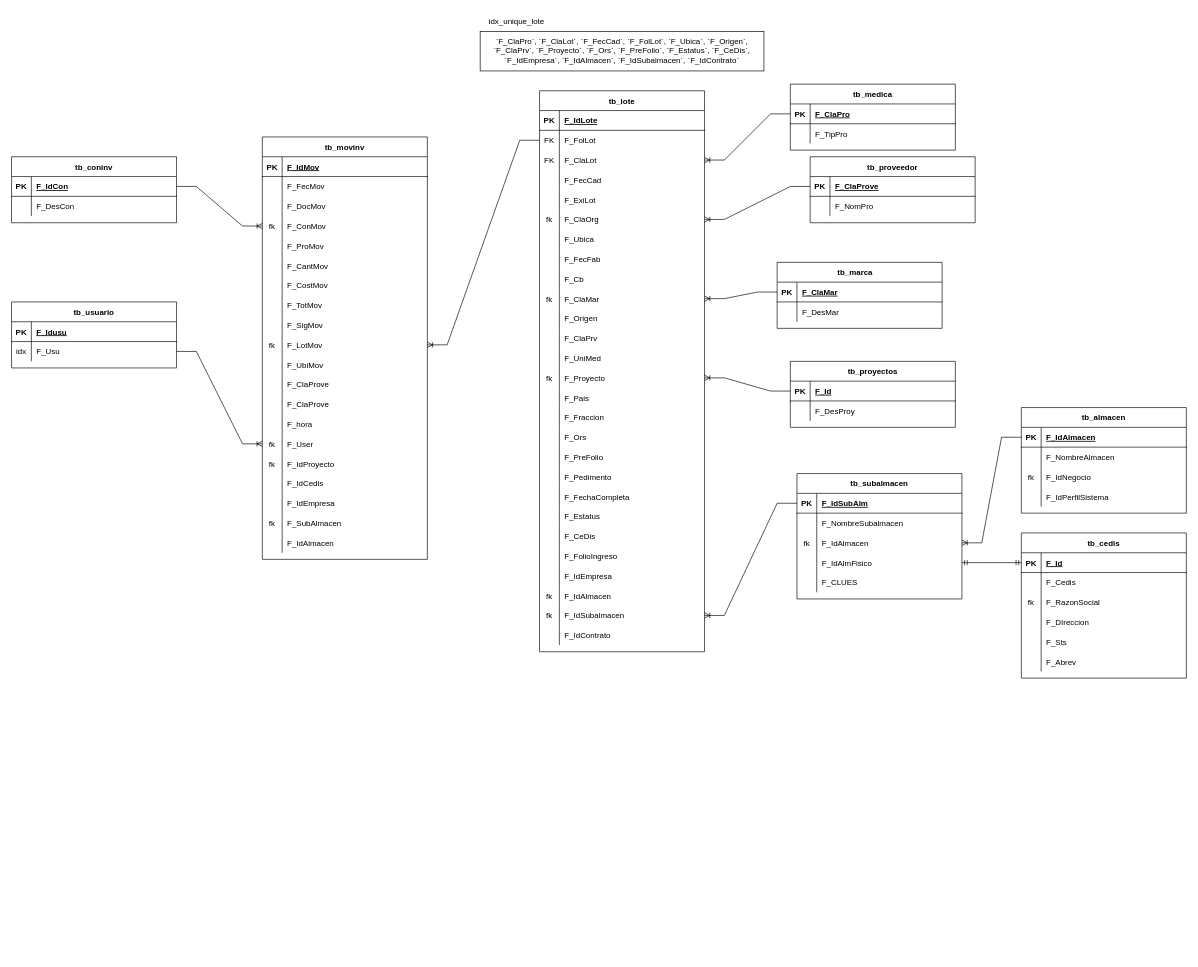
Above: TraspasosSubalmacenes.drawio in ErnestoDanielTafoyaMolinaCYM/clases-cat-cym (draw.io), before the change. Source tidied: cells renumbered, new cells numbered last; positions are measured from the earlier drawing's top-left corner, leaving out a move shared by most shapes. Both pictures are drawn from the tidied source at 66%, with x=0, y=0 at pixel (11, 11).
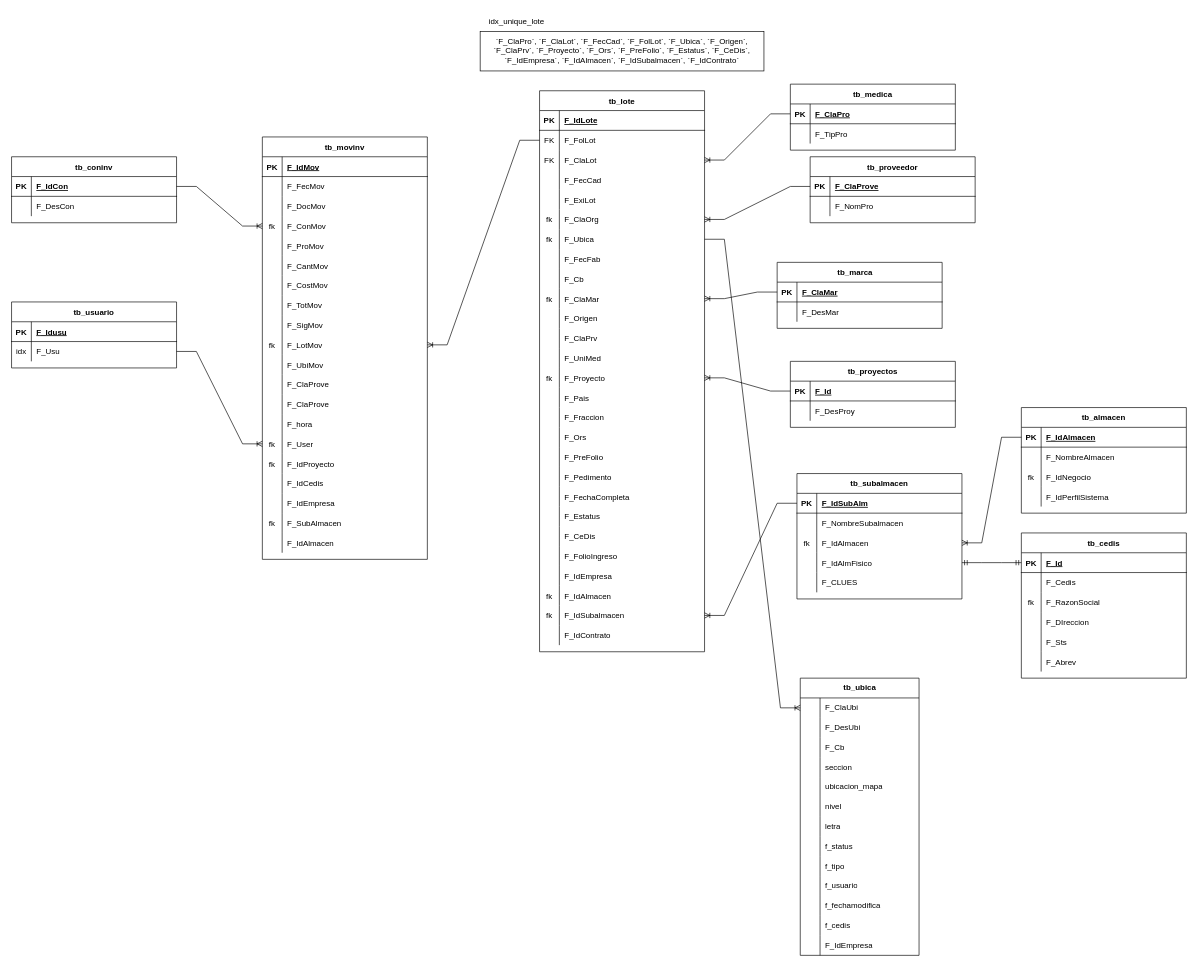
The same diagram, later.

Unchanged cells that the change refers to:
```xml
<mxCell id="21" style="shape=partialRectangle;fillColor=none;points=[[0,0.5],[1,0.5]];portConstraint=eastwest;top=0;left=0;right=0;bottom=0;" parent="2" vertex="1">
  <mxGeometry y="210" width="250" height="30" as="geometry" />
</mxCell>
```

The edit, as a diff of the source:
```diff
@@
-    <mxCell id="22" style="shape=partialRectangle;overflow=hidden;fillColor=none;top=0;left=0;bottom=0;right=0;" parent="21" vertex="1">
+    <mxCell id="22" value="fk" style="shape=partialRectangle;overflow=hidden;fillColor=none;top=0;left=0;bottom=0;right=0;" parent="21" vertex="1">
       <mxGeometry width="30" height="30" as="geometry" />
     </mxCell>
@@
+    <mxCell id="248" value="tb_ubica" style="shape=table;startSize=30;childLayout=tableLayout;rowLines=0;fontStyle=1;align=center;html=1;" parent="1" vertex="1">
+      <mxGeometry x="1195" y="1010" width="180" height="420" as="geometry" />
+    </mxCell>
+    <mxCell id="249" style="shape=tableRow;horizontal=0;startSize=0;swimlaneHead=0;swimlaneBody=0;fillColor=none;points=[[0,0.5],[1,0.5]];portConstraint=eastwest;top=0;left=0;right=0;bottom=0;" parent="248" vertex="1">
+      <mxGeometry y="30" width="180" height="30" as="geometry" />
+    </mxCell>
+    <mxCell id="250" style="shape=partialRectangle;fillColor=none;top=0;left=0;bottom=0;right=0;overflow=hidden;whiteSpace=wrap;html=1;" parent="249" vertex="1">
+      <mxGeometry width="30" height="30" as="geometry" />
+    </mxCell>
+    <mxCell id="251" value="F_ClaUbi" style="shape=partialRectangle;fillColor=none;top=0;left=0;bottom=0;right=0;align=left;spacingLeft=6;overflow=hidden;whiteSpace=wrap;html=1;" parent="249" vertex="1">
+      <mxGeometry x="30" width="150" height="30" as="geometry" />
+    </mxCell>
+    <mxCell id="252" style="shape=tableRow;horizontal=0;startSize=0;swimlaneHead=0;swimlaneBody=0;fillColor=none;top=0;left=0;right=0;bottom=0;" parent="248" vertex="1">
+      <mxGeometry y="60" width="180" height="30" as="geometry" />
+    </mxCell>
+    <mxCell id="253" style="shape=partialRectangle;fillColor=none;top=0;left=0;bottom=0;right=0;overflow=hidden;whiteSpace=wrap;html=1;" parent="252" vertex="1">
+      <mxGeometry width="30" height="30" as="geometry" />
+    </mxCell>
+    <mxCell id="254" value="F_DesUbi" style="shape=partialRectangle;fillColor=none;top=0;left=0;bottom=0;right=0;align=left;spacingLeft=6;overflow=hidden;whiteSpace=wrap;html=1;" parent="252" vertex="1">
+      <mxGeometry x="30" width="150" height="30" as="geometry" />
+    </mxCell>
+    <mxCell id="255" style="shape=tableRow;horizontal=0;startSize=0;swimlaneHead=0;swimlaneBody=0;fillColor=none;top=0;left=0;right=0;bottom=0;" parent="248" vertex="1">
+      <mxGeometry y="90" width="180" height="30" as="geometry" />
+    </mxCell>
+    <mxCell id="256" style="shape=partialRectangle;fillColor=none;top=0;left=0;bottom=0;right=0;overflow=hidden;whiteSpace=wrap;html=1;" parent="255" vertex="1">
+      <mxGeometry width="30" height="30" as="geometry" />
+    </mxCell>
+    <mxCell id="257" value="F_Cb" style="shape=partialRectangle;fillColor=none;top=0;left=0;bottom=0;right=0;align=left;spacingLeft=6;overflow=hidden;whiteSpace=wrap;html=1;" parent="255" vertex="1">
+      <mxGeometry x="30" width="150" height="30" as="geometry" />
+    </mxCell>
+    <mxCell id="258" style="shape=tableRow;horizontal=0;startSize=0;swimlaneHead=0;swimlaneBody=0;fillColor=none;top=0;left=0;right=0;bottom=0;" parent="248" vertex="1">
+      <mxGeometry y="120" width="180" height="30" as="geometry" />
+    </mxCell>
+    <mxCell id="259" style="shape=partialRectangle;fillColor=none;top=0;left=0;bottom=0;right=0;overflow=hidden;whiteSpace=wrap;html=1;" parent="258" vertex="1">
+      <mxGeometry width="30" height="30" as="geometry" />
+    </mxCell>
+    <mxCell id="260" value="seccion" style="shape=partialRectangle;fillColor=none;top=0;left=0;bottom=0;right=0;align=left;spacingLeft=6;overflow=hidden;whiteSpace=wrap;html=1;" parent="258" vertex="1">
+      <mxGeometry x="30" width="150" height="30" as="geometry" />
+    </mxCell>
+    <mxCell id="261" style="shape=tableRow;horizontal=0;startSize=0;swimlaneHead=0;swimlaneBody=0;fillColor=none;top=0;left=0;right=0;bottom=0;" parent="248" vertex="1">
+      <mxGeometry y="150" width="180" height="30" as="geometry" />
+    </mxCell>
+    <mxCell id="262" style="shape=partialRectangle;fillColor=none;top=0;left=0;bottom=0;right=0;overflow=hidden;whiteSpace=wrap;html=1;" parent="261" vertex="1">
+      <mxGeometry width="30" height="30" as="geometry" />
+    </mxCell>
+    <mxCell id="263" value="ubicacion_mapa" style="shape=partialRectangle;fillColor=none;top=0;left=0;bottom=0;right=0;align=left;spacingLeft=6;overflow=hidden;whiteSpace=wrap;html=1;" parent="261" vertex="1">
+      <mxGeometry x="30" width="150" height="30" as="geometry" />
+    </mxCell>
+    <mxCell id="264" style="shape=tableRow;horizontal=0;startSize=0;swimlaneHead=0;swimlaneBody=0;fillColor=none;top=0;left=0;right=0;bottom=0;" parent="248" vertex="1">
+      <mxGeometry y="180" width="180" height="30" as="geometry" />
+    </mxCell>
+    <mxCell id="265" style="shape=partialRectangle;fillColor=none;top=0;left=0;bottom=0;right=0;overflow=hidden;whiteSpace=wrap;html=1;" parent="264" vertex="1">
+      <mxGeometry width="30" height="30" as="geometry" />
+    </mxCell>
+    <mxCell id="266" value="nivel" style="shape=partialRectangle;fillColor=none;top=0;left=0;bottom=0;right=0;align=left;spacingLeft=6;overflow=hidden;whiteSpace=wrap;html=1;" parent="264" vertex="1">
+      <mxGeometry x="30" width="150" height="30" as="geometry" />
+    </mxCell>
+    <mxCell id="267" style="shape=tableRow;horizontal=0;startSize=0;swimlaneHead=0;swimlaneBody=0;fillColor=none;top=0;left=0;right=0;bottom=0;" parent="248" vertex="1">
+      <mxGeometry y="210" width="180" height="30" as="geometry" />
+    </mxCell>
+    <mxCell id="268" style="shape=partialRectangle;fillColor=none;top=0;left=0;bottom=0;right=0;overflow=hidden;whiteSpace=wrap;html=1;" parent="267" vertex="1">
+      <mxGeometry width="30" height="30" as="geometry" />
+    </mxCell>
+    <mxCell id="269" value="letra" style="shape=partialRectangle;fillColor=none;top=0;left=0;bottom=0;right=0;align=left;spacingLeft=6;overflow=hidden;whiteSpace=wrap;html=1;" parent="267" vertex="1">
+      <mxGeometry x="30" width="150" height="30" as="geometry" />
+    </mxCell>
+    <mxCell id="270" style="shape=tableRow;horizontal=0;startSize=0;swimlaneHead=0;swimlaneBody=0;fillColor=none;top=0;left=0;right=0;bottom=0;" parent="248" vertex="1">
+      <mxGeometry y="240" width="180" height="30" as="geometry" />
+    </mxCell>
+    <mxCell id="271" style="shape=partialRectangle;fillColor=none;top=0;left=0;bottom=0;right=0;overflow=hidden;whiteSpace=wrap;html=1;" parent="270" vertex="1">
+      <mxGeometry width="30" height="30" as="geometry" />
+    </mxCell>
+    <mxCell id="272" value="f_status" style="shape=partialRectangle;fillColor=none;top=0;left=0;bottom=0;right=0;align=left;spacingLeft=6;overflow=hidden;whiteSpace=wrap;html=1;" parent="270" vertex="1">
+      <mxGeometry x="30" width="150" height="30" as="geometry" />
+    </mxCell>
+    <mxCell id="273" style="shape=tableRow;horizontal=0;startSize=0;swimlaneHead=0;swimlaneBody=0;fillColor=none;top=0;left=0;right=0;bottom=0;" parent="248" vertex="1">
+      <mxGeometry y="270" width="180" height="30" as="geometry" />
+    </mxCell>
+    <mxCell id="274" style="shape=partialRectangle;fillColor=none;top=0;left=0;bottom=0;right=0;overflow=hidden;whiteSpace=wrap;html=1;" parent="273" vertex="1">
+      <mxGeometry width="30" height="30" as="geometry" />
+    </mxCell>
+    <mxCell id="275" value="f_tipo" style="shape=partialRectangle;fillColor=none;top=0;left=0;bottom=0;right=0;align=left;spacingLeft=6;overflow=hidden;whiteSpace=wrap;html=1;" parent="273" vertex="1">
+      <mxGeometry x="30" width="150" height="30" as="geometry" />
+    </mxCell>
+    <mxCell id="276" style="shape=tableRow;horizontal=0;startSize=0;swimlaneHead=0;swimlaneBody=0;fillColor=none;top=0;left=0;right=0;bottom=0;" parent="248" vertex="1">
+      <mxGeometry y="300" width="180" height="30" as="geometry" />
+    </mxCell>
+    <mxCell id="277" style="shape=partialRectangle;fillColor=none;top=0;left=0;bottom=0;right=0;overflow=hidden;whiteSpace=wrap;html=1;" parent="276" vertex="1">
+      <mxGeometry width="30" height="30" as="geometry" />
+    </mxCell>
+    <mxCell id="278" value="f_usuario" style="shape=partialRectangle;fillColor=none;top=0;left=0;bottom=0;right=0;align=left;spacingLeft=6;overflow=hidden;whiteSpace=wrap;html=1;" parent="276" vertex="1">
+      <mxGeometry x="30" width="150" height="30" as="geometry" />
+    </mxCell>
+    <mxCell id="279" style="shape=tableRow;horizontal=0;startSize=0;swimlaneHead=0;swimlaneBody=0;fillColor=none;top=0;left=0;right=0;bottom=0;" parent="248" vertex="1">
+      <mxGeometry y="330" width="180" height="30" as="geometry" />
+    </mxCell>
+    <mxCell id="280" style="shape=partialRectangle;fillColor=none;top=0;left=0;bottom=0;right=0;overflow=hidden;whiteSpace=wrap;html=1;" parent="279" vertex="1">
+      <mxGeometry width="30" height="30" as="geometry" />
+    </mxCell>
+    <mxCell id="281" value="f_fechamodifica" style="shape=partialRectangle;fillColor=none;top=0;left=0;bottom=0;right=0;align=left;spacingLeft=6;overflow=hidden;whiteSpace=wrap;html=1;" parent="279" vertex="1">
+      <mxGeometry x="30" width="150" height="30" as="geometry" />
+    </mxCell>
+    <mxCell id="282" style="shape=tableRow;horizontal=0;startSize=0;swimlaneHead=0;swimlaneBody=0;fillColor=none;top=0;left=0;right=0;bottom=0;" parent="248" vertex="1">
+      <mxGeometry y="360" width="180" height="30" as="geometry" />
+    </mxCell>
+    <mxCell id="283" style="shape=partialRectangle;fillColor=none;top=0;left=0;bottom=0;right=0;overflow=hidden;whiteSpace=wrap;html=1;" parent="282" vertex="1">
+      <mxGeometry width="30" height="30" as="geometry" />
+    </mxCell>
+    <mxCell id="284" value="f_cedis" style="shape=partialRectangle;fillColor=none;top=0;left=0;bottom=0;right=0;align=left;spacingLeft=6;overflow=hidden;whiteSpace=wrap;html=1;" parent="282" vertex="1">
+      <mxGeometry x="30" width="150" height="30" as="geometry" />
+    </mxCell>
+    <mxCell id="285" style="shape=tableRow;horizontal=0;startSize=0;swimlaneHead=0;swimlaneBody=0;fillColor=none;top=0;left=0;right=0;bottom=0;" parent="248" vertex="1">
+      <mxGeometry y="390" width="180" height="30" as="geometry" />
+    </mxCell>
+    <mxCell id="286" style="shape=partialRectangle;fillColor=none;top=0;left=0;bottom=0;right=0;overflow=hidden;whiteSpace=wrap;html=1;" parent="285" vertex="1">
+      <mxGeometry width="30" height="30" as="geometry" />
+    </mxCell>
+    <mxCell id="287" value="F_IdEmpresa" style="shape=partialRectangle;fillColor=none;top=0;left=0;bottom=0;right=0;align=left;spacingLeft=6;overflow=hidden;whiteSpace=wrap;html=1;" parent="285" vertex="1">
+      <mxGeometry x="30" width="150" height="30" as="geometry" />
+    </mxCell>
+    <mxCell id="288" style="edgeStyle=entityRelationEdgeStyle;fontSize=12;html=1;endArrow=ERoneToMany;rounded=0;entryX=0;entryY=0.5;entryDx=0;entryDy=0;exitX=1;exitY=0.5;exitDx=0;exitDy=0;" parent="1" edge="1" source="21" target="249">
+      <mxGeometry relative="1" as="geometry" />
+    </mxCell>
```
